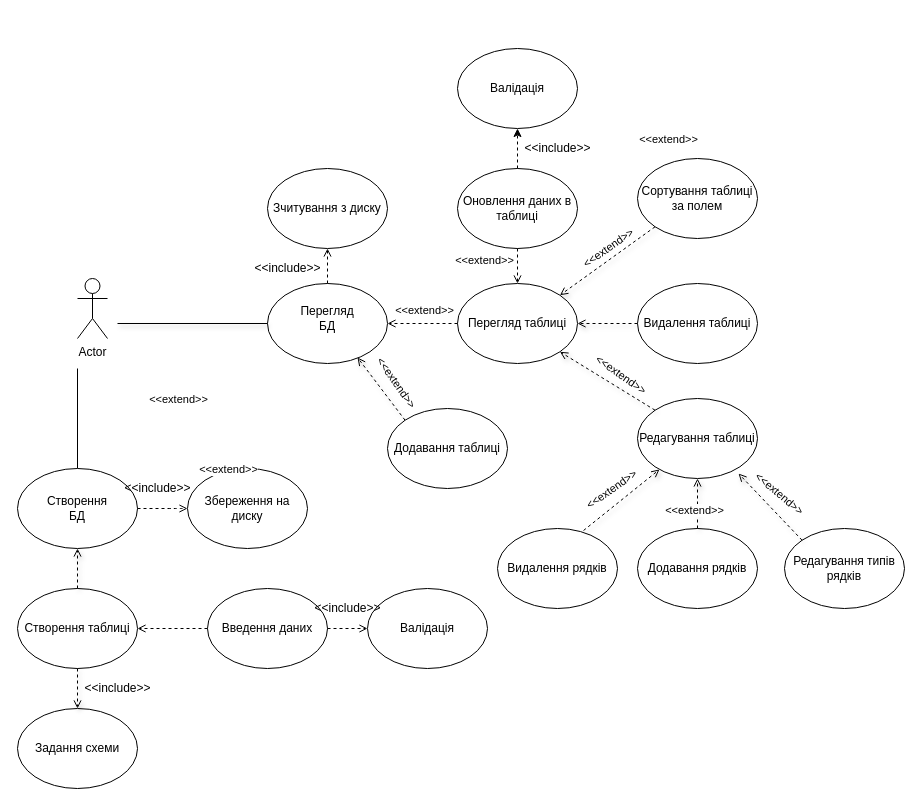
Above: Umls/UseCase.drawio in rezikun/DB (draw.io), before the change. Source tidied: cells renumbered, new cells numbered last; positions are measured from the earlier drawing's top-left corner, leaving out a move shared by most shapes. Both pictures are drawn from the tidied source at 100%, with x=0, y=0 at pixel (17, 28).
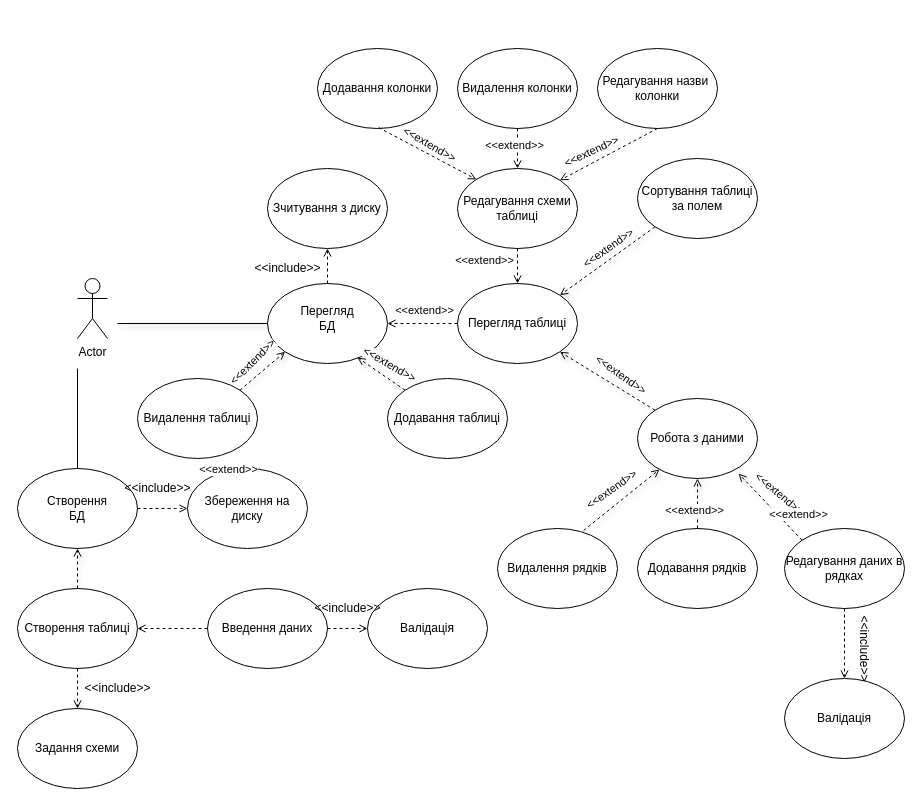
The same diagram, later.

Unchanged cells that the change refers to:
```xml
<mxCell id="6" style="ellipse;whiteSpace=wrap;html=1;" parent="1" vertex="1">
  <mxGeometry x="250" y="255" width="120" height="80" as="geometry" />
</mxCell>
<mxCell id="14" value="Перегляд таблиці" style="ellipse;whiteSpace=wrap;html=1;" parent="1" vertex="1">
  <mxGeometry x="440" y="255" width="120" height="80" as="geometry" />
</mxCell>
```

Diff of the diagram source:
```diff
@@
     <mxCell id="15" value="Додавання таблиці" style="ellipse;whiteSpace=wrap;html=1;" parent="1" vertex="1">
-      <mxGeometry x="370" y="380" width="120" height="80" as="geometry" />
+      <mxGeometry x="370" y="350" width="120" height="80" as="geometry" />
     </mxCell>
-    <mxCell id="16" value="Видалення таблиці" style="ellipse;whiteSpace=wrap;html=1;" parent="1" vertex="1">
-      <mxGeometry x="620" y="255" width="120" height="80" as="geometry" />
-    </mxCell>
-    <mxCell id="17" value="Редагування таблиці" style="ellipse;whiteSpace=wrap;html=1;" parent="1" vertex="1">
+    <mxCell id="17" value="Робота з даними" style="ellipse;whiteSpace=wrap;html=1;" parent="1" vertex="1">
       <mxGeometry x="620" y="370" width="120" height="80" as="geometry" />
     </mxCell>
@@
-    <mxCell id="20" value="Редагування типів рядків" style="ellipse;whiteSpace=wrap;html=1;" parent="1" vertex="1">
+    <mxCell id="20" value="Редагування даних в рядках" style="ellipse;whiteSpace=wrap;html=1;" parent="1" vertex="1">
       <mxGeometry x="767" y="500" width="120" height="80" as="geometry" />
     </mxCell>
@@
-    <mxCell id="27" style="endArrow=open;html=1;shadow=1;entryX=1;entryY=0.5;entryDx=0;entryDy=0;exitX=0;exitY=0.5;exitDx=0;exitDy=0;endFill=0;dashed=1;" parent="1" edge="1" source="16" target="14">
-      <mxGeometry relative="1" as="geometry" />
-    </mxCell>
@@
-    <mxCell id="35" value="&amp;lt;&amp;lt;extend&amp;gt;&amp;gt;" style="edgeLabel;html=1;align=center;verticalAlign=middle;rotation=0;" parent="1" vertex="1">
-      <mxGeometry x="-0.24" y="5" relative="1" as="geometry">
-        <mxPoint x="650" y="110" as="offset" />
-      </mxGeometry>
-    </mxCell>
@@
-    <mxCell id="42" value="&amp;lt;&amp;lt;extend&amp;gt;&amp;gt;" style="edgeLabel;html=1;align=center;verticalAlign=middle;rotation=55;" parent="1" vertex="1">
-      <mxGeometry x="380" y="370" as="geometry">
+    <mxCell id="42" value="&amp;lt;&amp;lt;extend&amp;gt;&amp;gt;" style="edgeLabel;html=1;align=center;verticalAlign=middle;rotation=30;" parent="1" vertex="1">
+      <mxGeometry x="380" y="350" as="geometry">
         <mxPoint x="-14" y="-8.6" as="offset" />
       </mxGeometry>
     </mxCell>
@@
-    <mxCell id="52" value="Оновлення даних в таблиці" style="ellipse;whiteSpace=wrap;html=1;" parent="1" vertex="1">
+    <mxCell id="52" value="Редагування схеми таблиці" style="ellipse;whiteSpace=wrap;html=1;" parent="1" vertex="1">
       <mxGeometry x="440" y="140" width="120" height="80" as="geometry" />
     </mxCell>
@@
+    <mxCell id="57" style="endArrow=classic;html=1;shadow=1;dashed=1;exitX=0.5;exitY=1;exitDx=0;exitDy=0;" parent="1" edge="1">
+      <mxGeometry relative="1" as="geometry">
+        <mxPoint x="500" as="sourcePoint" />
+        <mxPoint x="500" as="targetPoint" />
+      </mxGeometry>
+    </mxCell>
     <mxCell id="55" value="Валідація" style="ellipse;whiteSpace=wrap;html=1;" parent="1" vertex="1">
-      <mxGeometry x="440" y="20" width="120" height="80" as="geometry" />
+      <mxGeometry x="767" y="650" width="120" height="80" as="geometry" />
     </mxCell>
+    <mxCell id="59" style="endArrow=open;html=1;endFill=0;dashed=1;exitX=0.5;exitY=1;exitDx=0;exitDy=0;entryX=0.5;entryY=0;entryDx=0;entryDy=0;" parent="1" edge="1" source="20" target="55">
+      <mxGeometry relative="1" as="geometry">
+        <Array as="points">
+          <mxPoint x="827" y="620" />
+        </Array>
+      </mxGeometry>
+    </mxCell>
-    <mxCell id="56" value="&amp;lt;&amp;lt;include&amp;gt;&amp;gt;" style="text;html=1;align=center;verticalAlign=middle;rotation=0;" parent="1" vertex="1">
-      <mxGeometry x="500" y="110" width="80" height="20" as="geometry" />
+    <mxCell id="56" value="&amp;lt;&amp;lt;include&amp;gt;&amp;gt;" style="text;html=1;align=center;verticalAlign=middle;rotation=90;" parent="1" vertex="1">
+      <mxGeometry x="807" y="610" width="80" height="20" as="geometry" />
     </mxCell>
-    <mxCell id="57" style="endArrow=classic;html=1;shadow=1;dashed=1;exitX=0.5;exitY=1;exitDx=0;exitDy=0;" parent="1" edge="1">
-      <mxGeometry relative="1" as="geometry">
-        <mxPoint x="500" as="sourcePoint" />
-        <mxPoint x="500" as="targetPoint" />
-      </mxGeometry>
-    </mxCell>
-    <mxCell id="58" style="endArrow=classic;html=1;dashed=1;entryX=0.5;entryY=1;entryDx=0;entryDy=0;exitX=0.5;exitY=0;exitDx=0;exitDy=0;" parent="1" edge="1" source="52" target="55">
-      <mxGeometry relative="1" as="geometry" />
-    </mxCell>
+    <mxCell id="60" value="Додавання колонки" style="ellipse;whiteSpace=wrap;html=1;" parent="1" vertex="1">
+      <mxGeometry x="300" y="20" width="120" height="80" as="geometry" />
+    </mxCell>
+    <mxCell id="61" value="Видалення колонки" style="ellipse;whiteSpace=wrap;html=1;" parent="1" vertex="1">
+      <mxGeometry x="440" y="20" width="120" height="80" as="geometry" />
+    </mxCell>
+    <mxCell id="62" value="Редагування назви&amp;nbsp; колонки" style="ellipse;whiteSpace=wrap;html=1;" parent="1" vertex="1">
+      <mxGeometry x="580" y="20" width="120" height="80" as="geometry" />
+    </mxCell>
+    <mxCell id="63" style="endArrow=open;html=1;entryX=0.5;entryY=0;entryDx=0;entryDy=0;exitX=0.5;exitY=1;exitDx=0;exitDy=0;endFill=0;dashed=1;" parent="1" edge="1" source="61" target="52">
+      <mxGeometry relative="1" as="geometry" />
+    </mxCell>
+    <mxCell id="64" value="&amp;lt;&amp;lt;extend&amp;gt;&amp;gt;" style="edgeLabel;html=1;align=center;verticalAlign=middle;rotation=0;" parent="1" vertex="1">
+      <mxGeometry x="510" y="125" as="geometry">
+        <mxPoint x="-14" y="-8.6" as="offset" />
+      </mxGeometry>
+    </mxCell>
+    <mxCell id="65" style="endArrow=open;html=1;entryX=1;entryY=0;entryDx=0;entryDy=0;exitX=0.5;exitY=1;exitDx=0;exitDy=0;endFill=0;dashed=1;" parent="1" edge="1" source="62" target="52">
+      <mxGeometry relative="1" as="geometry" />
+    </mxCell>
+    <mxCell id="66" value="&amp;lt;&amp;lt;extend&amp;gt;&amp;gt;" style="edgeLabel;html=1;align=center;verticalAlign=middle;rotation=-25;" parent="1" vertex="1">
+      <mxGeometry x="590" y="125" as="geometry">
+        <mxPoint x="-14" y="-8.6" as="offset" />
+      </mxGeometry>
+    </mxCell>
+    <mxCell id="67" style="endArrow=open;html=1;entryX=0;entryY=0;entryDx=0;entryDy=0;exitX=0.5;exitY=1;exitDx=0;exitDy=0;endFill=0;dashed=1;" parent="1" edge="1">
+      <mxGeometry relative="1" as="geometry">
+        <mxPoint x="361.2" y="99.1" as="sourcePoint" />
+        <mxPoint x="458.8" y="150.9" as="targetPoint" />
+      </mxGeometry>
+    </mxCell>
+    <mxCell id="68" value="&amp;lt;&amp;lt;extend&amp;gt;&amp;gt;" style="edgeLabel;html=1;align=center;verticalAlign=middle;rotation=30;" parent="1" vertex="1">
+      <mxGeometry x="420" y="130" as="geometry">
+        <mxPoint x="-14" y="-8.6" as="offset" />
+      </mxGeometry>
+    </mxCell>
+    <mxCell id="16" value="Видалення таблиці" style="ellipse;whiteSpace=wrap;html=1;" parent="1" vertex="1">
+      <mxGeometry x="120" y="350" width="120" height="80" as="geometry" />
+    </mxCell>
+    <mxCell id="69" style="endArrow=open;html=1;shadow=1;entryX=0;entryY=1;entryDx=0;entryDy=0;exitX=1;exitY=0;exitDx=0;exitDy=0;endFill=0;dashed=1;" parent="1" edge="1" source="16" target="6">
+      <mxGeometry relative="1" as="geometry" />
+    </mxCell>
+    <mxCell id="70" value="&amp;lt;&amp;lt;extend&amp;gt;&amp;gt;" style="edgeLabel;html=1;align=center;verticalAlign=middle;rotation=0;" parent="1" vertex="1">
+      <mxGeometry x="130" y="375" as="geometry">
+        <mxPoint x="650" y="110" as="offset" />
+      </mxGeometry>
+    </mxCell>
+    <mxCell id="71" value="&amp;lt;&amp;lt;extend&amp;gt;&amp;gt;" style="edgeLabel;html=1;align=center;verticalAlign=middle;rotation=-45;" parent="1" vertex="1">
+      <mxGeometry x="250" y="330" as="geometry">
+        <mxPoint x="-14" y="-8.6" as="offset" />
+      </mxGeometry>
+    </mxCell>
```
